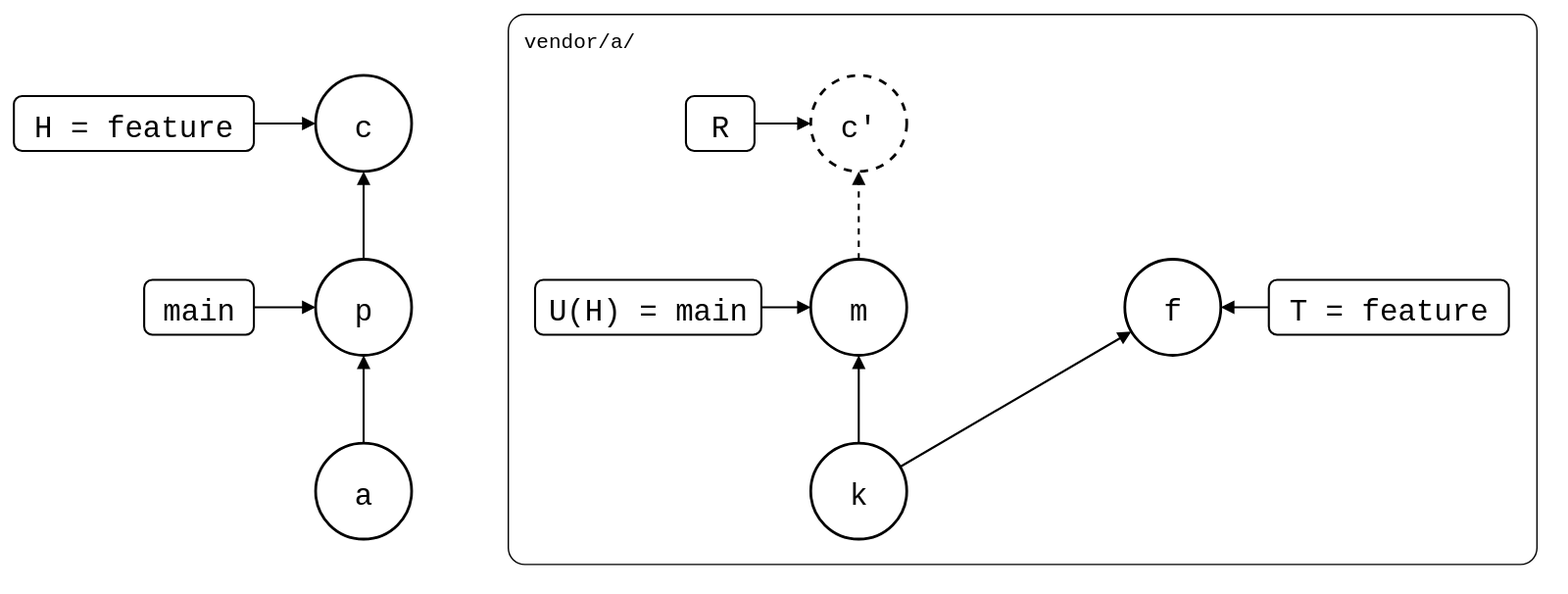
The draw.io diagram test/scenarios/03-branches-and-teamwork/06-feature-branch-behind-default-branch/rebased-in-the-monorepo.drawio.svg in roschaefer/git-splice, before a commit. Source tidied: cells renumbered, new cells last; positions are measured from the earlier drawing's top-left corner, leaving out a move shared by most shapes.
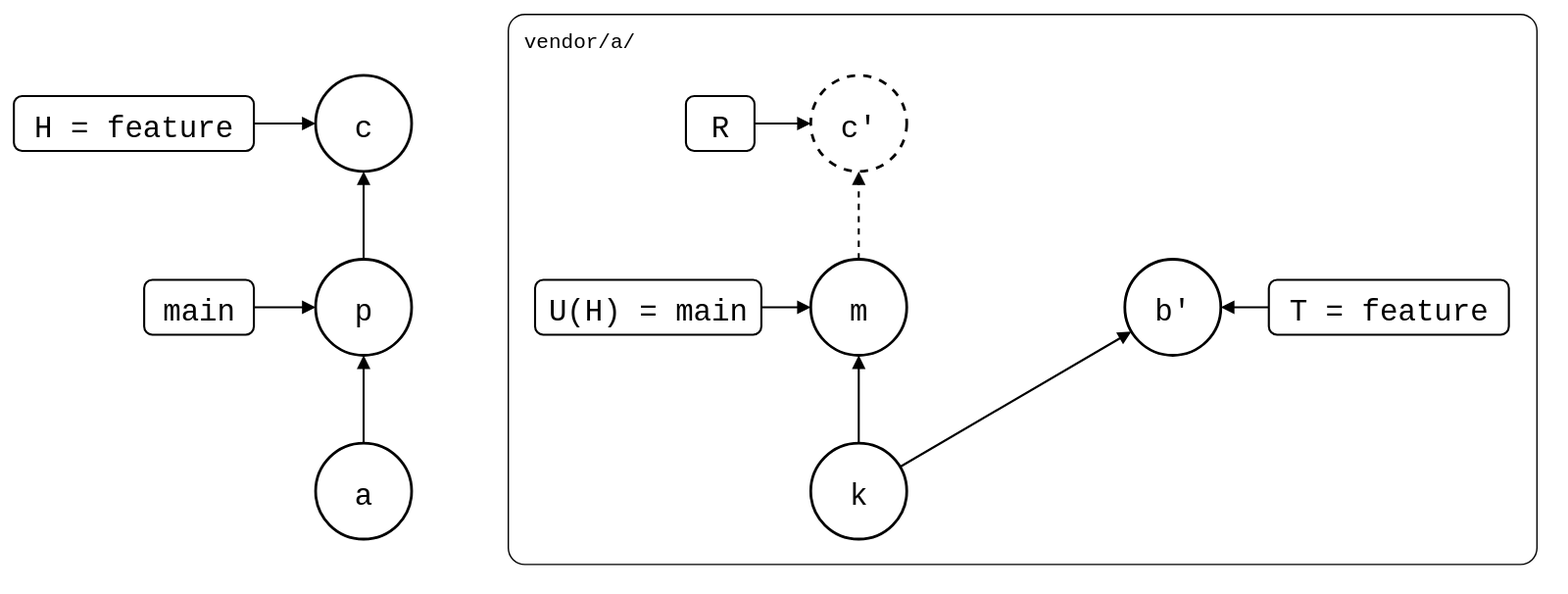
Above is the later version.

What changed in the source:
```diff
@@ -23,7 +23,7 @@
     <mxCell id="8" value="c'" style="ellipse;strokeWidth=2;fontSize=22;fontFamily=Roboto Mono,monospace;dashed=1;" parent="1" vertex="1">
       <mxGeometry x="581" y="45" width="70" height="70" as="geometry" />
     </mxCell>
-    <mxCell id="9" value="f" style="ellipse;strokeWidth=2;fontSize=22;fontFamily=Roboto Mono,monospace;" parent="1" vertex="1">
+    <mxCell id="9" value="b'" style="ellipse;strokeWidth=2;fontSize=22;fontFamily=Roboto Mono,monospace;" parent="1" vertex="1">
       <mxGeometry x="810" y="179" width="70" height="70" as="geometry" />
     </mxCell>
     <mxCell id="10" style="endArrow=block;endFill=1;strokeWidth=1.5;rounded=0;" parent="1" edge="1" source="3" target="4">
```
